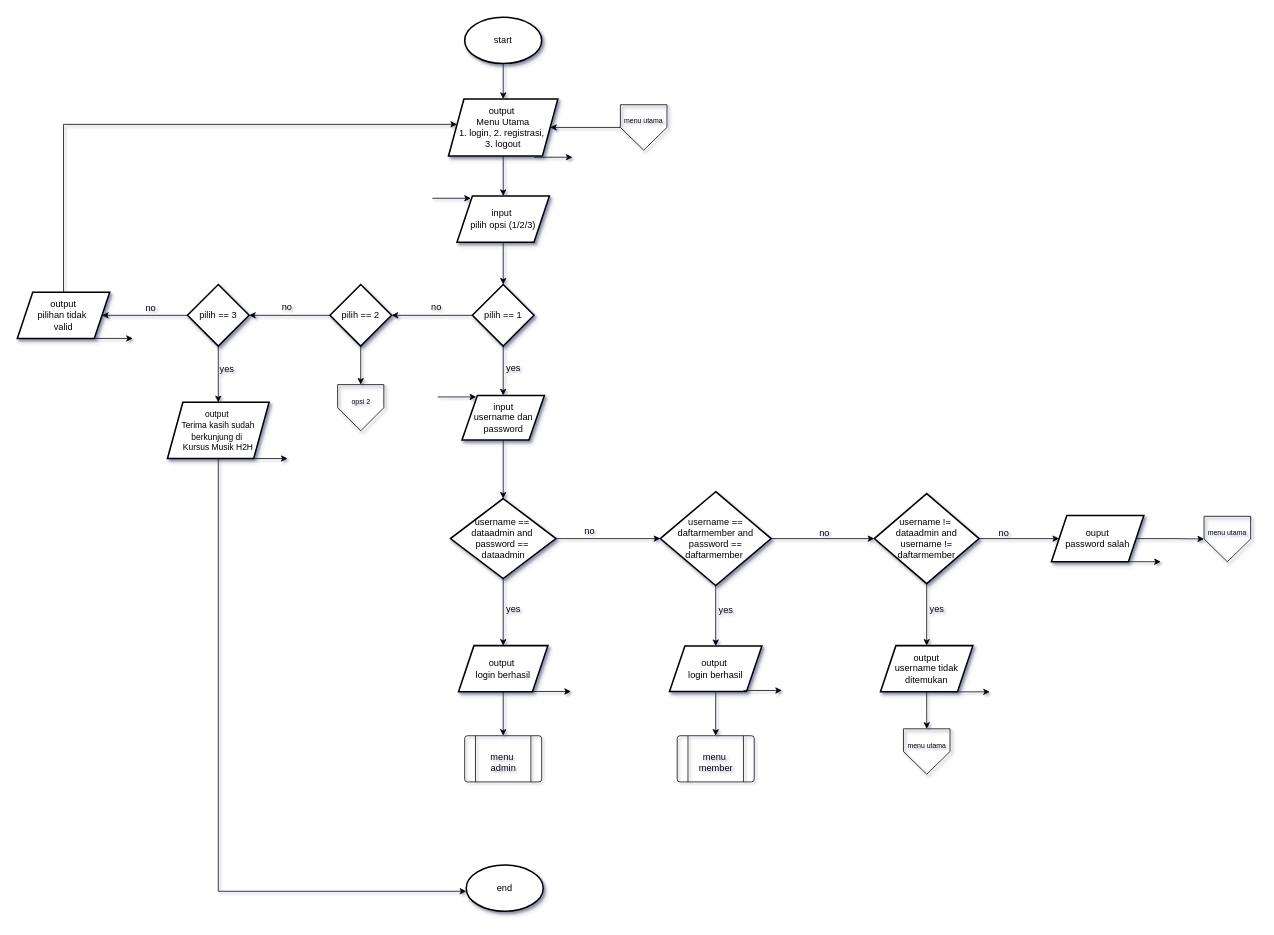
Above: page "menu utama" (1 of 5) of Post-test/Post-test-apd-8/2509106078-Annisa-Nur-Raidah-PT-8.drawio in AnnisaNurRaidah/praktikum-apd (draw.io), before the change. Source tidied: cells renumbered, new cells numbered last; positions are measured from the earlier drawing's top-left corner, leaving out a move shared by most shapes. Both pictures are drawn from the tidied source at 77%, with x=0, y=0 at pixel (17, 17).
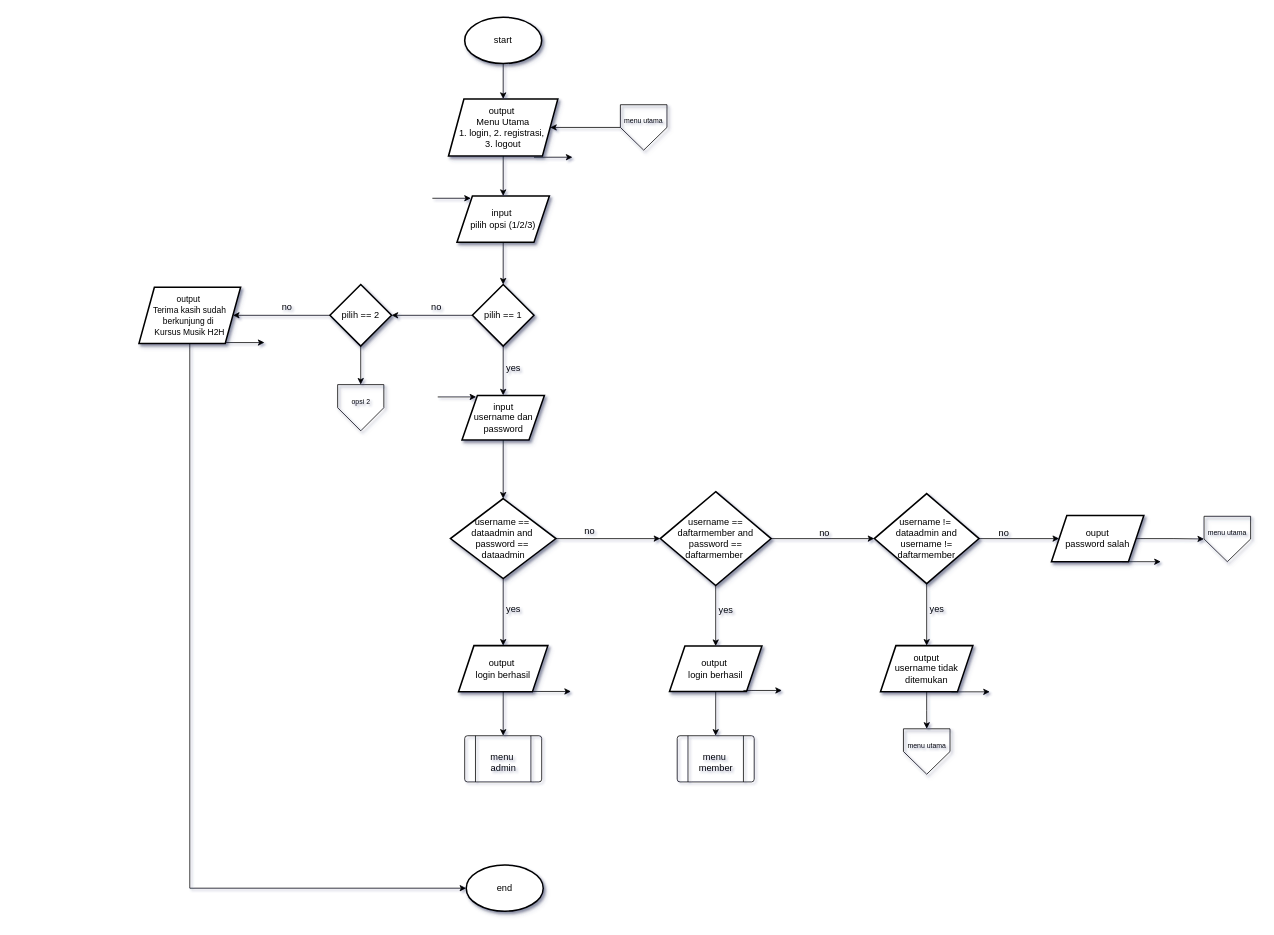
Above is the later version.

Unchanged cells that the change refers to:
```xml
<mxCell id="10" value="&lt;font style=&quot;color: light-dark(rgb(0, 0, 0), rgb(0, 0, 0));&quot;&gt;output&amp;nbsp;&lt;/font&gt;&lt;div&gt;Menu Utama&lt;/div&gt;&lt;div&gt;&lt;div style=&quot;color: rgb(255, 255, 255);&quot;&gt;&lt;font style=&quot;color: light-dark(rgb(0, 0, 0), rgb(0, 0, 0));&quot;&gt;1. login, 2. registrasi,&amp;nbsp;&lt;/font&gt;&lt;/div&gt;&lt;div style=&quot;color: rgb(255, 255, 255);&quot;&gt;&lt;font style=&quot;color: light-dark(rgb(0, 0, 0), rgb(0, 0, 0));&quot;&gt;3. logout&lt;/font&gt;&lt;/div&gt;&lt;/div&gt;" style="shape=parallelogram;perimeter=parallelogramPerimeter;whiteSpace=wrap;html=1;fixedSize=1;fillColor=light-dark(#FFFFFF,#FFFFFF);strokeColor=light-dark(#000000,#000000);fontColor=light-dark(#000000,#000000);strokeWidth=2;shadow=1;" parent="1" vertex="1">
  <mxGeometry x="560" y="106" width="142" height="74" as="geometry" />
</mxCell>
<mxCell id="25" value="end" style="strokeWidth=2;html=1;shape=mxgraph.flowchart.start_1;whiteSpace=wrap;shadow=1;strokeColor=light-dark(#000000,#000000);align=center;verticalAlign=middle;fontFamily=Helvetica;fontSize=12;fontColor=light-dark(#000000,#000000);labelBackgroundColor=none;fillColor=light-dark(#FFFFFF,#FFFFFF);" parent="1" vertex="1">
  <mxGeometry x="583" y="1101" width="100" height="60" as="geometry" />
</mxCell>
<mxCell id="59" value="pilih == 2" style="rhombus;whiteSpace=wrap;html=1;fillColor=light-dark(#FFFFFF,#FFFFFF);strokeColor=light-dark(#000000,#000000);fontColor=light-dark(#000000,#000000);strokeWidth=2;shadow=1;" parent="1" vertex="1">
  <mxGeometry x="406" y="347" width="80" height="80" as="geometry" />
</mxCell>
```

Change to the diagram source:
```diff
@@
-    <mxCell id="16" style="edgeStyle=orthogonalEdgeStyle;shape=connector;rounded=0;jettySize=auto;html=1;strokeColor=light-dark(#000000,#000000);align=center;verticalAlign=middle;fontFamily=Helvetica;fontSize=12;fontColor=light-dark(#000000,#000000);labelBackgroundColor=default;endArrow=classic;" parent="1" edge="1" source="18" target="20">
-      <mxGeometry relative="1" as="geometry" />
-    </mxCell>
-    <mxCell id="17" style="edgeStyle=orthogonalEdgeStyle;shape=connector;rounded=0;jettySize=auto;html=1;strokeColor=light-dark(#000000,#000000);align=center;verticalAlign=middle;fontFamily=Helvetica;fontSize=12;fontColor=light-dark(#000000,#000000);labelBackgroundColor=default;endArrow=classic;" parent="1" edge="1" source="18" target="22">
-      <mxGeometry relative="1" as="geometry" />
-    </mxCell>
-    <mxCell id="18" value="pilih == 3" style="rhombus;whiteSpace=wrap;html=1;fillColor=light-dark(#FFFFFF,#FFFFFF);strokeColor=light-dark(#000000,#000000);fontColor=light-dark(#000000,#000000);strokeWidth=2;shadow=1;" parent="1" vertex="1">
-      <mxGeometry x="221" y="347" width="80" height="80" as="geometry" />
-    </mxCell>
-    <mxCell id="19" style="edgeStyle=orthogonalEdgeStyle;shape=connector;rounded=0;jettySize=auto;html=1;exitX=0.5;exitY=0;exitDx=0;exitDy=0;strokeColor=light-dark(#000000,#000000);align=center;verticalAlign=middle;fontFamily=Helvetica;fontSize=12;fontColor=light-dark(#000000,#000000);labelBackgroundColor=none;endArrow=classic;" parent="1" edge="1" source="20" target="10">
-      <mxGeometry relative="1" as="geometry">
-        <Array as="points">
-          <mxPoint x="60" y="139" />
-        </Array>
-      </mxGeometry>
-    </mxCell>
-    <mxCell id="20" value="output&lt;div&gt;pilihan tidak&amp;nbsp;&lt;/div&gt;&lt;div&gt;valid&lt;/div&gt;" style="shape=parallelogram;perimeter=parallelogramPerimeter;whiteSpace=wrap;html=1;fixedSize=1;fillColor=light-dark(#FFFFFF,#FFFFFF);strokeColor=light-dark(#000000,#000000);fontColor=light-dark(#000000,#000000);strokeWidth=2;shadow=1;" parent="1" vertex="1">
-      <mxGeometry y="357" width="120" height="60" as="geometry" />
-    </mxCell>
-    <mxCell id="21" style="edgeStyle=orthogonalEdgeStyle;shape=connector;rounded=0;jettySize=auto;html=1;exitX=0.5;exitY=1;exitDx=0;exitDy=0;strokeColor=light-dark(#000000,#000000);align=center;verticalAlign=middle;fontFamily=Helvetica;fontSize=12;fontColor=light-dark(#000000,#000000);labelBackgroundColor=none;endArrow=classic;" parent="1" edge="1" source="22" target="25">
+    <mxCell id="21" style="edgeStyle=orthogonalEdgeStyle;rounded=0;jettySize=auto;html=1;exitX=0.5;exitY=1;exitDx=0;exitDy=0;strokeColor=light-dark(#000000,#000000);" parent="1" edge="1" source="22" target="25">
       <mxGeometry relative="1" as="geometry">
         <Array as="points">
-          <mxPoint x="261" y="1135" />
+          <mxPoint x="224" y="1131" />
         </Array>
       </mxGeometry>
     </mxCell>
     <mxCell id="22" value="&lt;span style=&quot;font-size: 11px;&quot;&gt;output&amp;nbsp;&lt;/span&gt;&lt;div&gt;&lt;span style=&quot;font-size: 11px;&quot;&gt;Terima kasih sudah berkunjung di&amp;nbsp;&lt;/span&gt;&lt;/div&gt;&lt;div&gt;&lt;span style=&quot;font-size: 11px;&quot;&gt;Kursus Musik H2H&lt;/span&gt;&lt;/div&gt;" style="shape=parallelogram;perimeter=parallelogramPerimeter;whiteSpace=wrap;html=1;fixedSize=1;fillColor=light-dark(#FFFFFF,#FFFFFF);strokeColor=light-dark(#000000,#000000);fontColor=light-dark(#000000,#000000);strokeWidth=2;shadow=1;" parent="1" vertex="1">
-      <mxGeometry x="195" y="500" width="132" height="73" as="geometry" />
+      <mxGeometry x="158" y="350.5" width="132" height="73" as="geometry" />
     </mxCell>
     <mxCell id="23" style="edgeStyle=orthogonalEdgeStyle;rounded=0;orthogonalLoop=1;jettySize=auto;html=1;fontFamily=Helvetica;fontSize=12;fontColor=default;strokeColor=light-dark(#000000,#000000);" parent="1" edge="1">
       <mxGeometry relative="1" as="geometry">
-        <mxPoint x="301" y="573" as="sourcePoint" />
-        <mxPoint x="351" y="573" as="targetPoint" />
+        <mxPoint x="271" y="422.4" as="sourcePoint" />
+        <mxPoint x="321" y="422.4" as="targetPoint" />
         <Array as="points">
-          <mxPoint x="351" y="572.7" />
+          <mxPoint x="321" y="422.1" />
         </Array>
       </mxGeometry>
     </mxCell>
-    <mxCell id="24" style="edgeStyle=orthogonalEdgeStyle;rounded=0;orthogonalLoop=1;jettySize=auto;html=1;fontFamily=Helvetica;fontSize=12;fontColor=default;strokeColor=light-dark(#000000,#000000);" parent="1" edge="1">
-      <mxGeometry relative="1" as="geometry">
-        <mxPoint x="100" y="417" as="sourcePoint" />
-        <mxPoint x="150" y="417" as="targetPoint" />
-        <Array as="points">
-          <mxPoint x="150" y="416.7" />
-        </Array>
-      </mxGeometry>
-    </mxCell>
@@
-    <mxCell id="40" style="edgeStyle=orthogonalEdgeStyle;shape=connector;rounded=0;jettySize=auto;html=1;strokeColor=light-dark(#000000,#000000);align=center;verticalAlign=middle;fontFamily=Helvetica;fontSize=12;fontColor=light-dark(#000000,#000000);labelBackgroundColor=none;endArrow=classic;" parent="1" edge="1" source="59" target="18">
+    <mxCell id="40" style="edgeStyle=orthogonalEdgeStyle;shape=connector;rounded=0;jettySize=auto;html=1;strokeColor=light-dark(#000000,#000000);align=center;verticalAlign=middle;fontFamily=Helvetica;fontSize=12;fontColor=light-dark(#000000,#000000);labelBackgroundColor=none;endArrow=classic;" parent="1" edge="1" source="59" target="22">
       <mxGeometry relative="1" as="geometry" />
     </mxCell>
@@
-    <mxCell id="49" value="no" style="edgeLabel;align=center;verticalAlign=middle;strokeColor=light-dark(#000000,#000000);strokeWidth=2;fontFamily=Helvetica;fontSize=12;fontColor=light-dark(#000000,#000000);fillColor=light-dark(#FFFFFF,#FFFFFF);labelBackgroundColor=none;textShadow=0;" parent="1" vertex="1">
-      <mxGeometry x="173" y="377" as="geometry" />
-    </mxCell>
@@
-    <mxCell id="54" value="yes" style="edgeLabel;align=center;verticalAlign=middle;strokeColor=light-dark(#000000,#000000);strokeWidth=2;fontFamily=Helvetica;fontSize=12;fontColor=light-dark(#000000,#000000);fillColor=light-dark(#FFFFFF,#FFFFFF);labelBackgroundColor=none;textShadow=0;" parent="1" vertex="1">
-      <mxGeometry x="271" y="457" as="geometry">
-        <mxPoint x="1" y="-1" as="offset" />
-      </mxGeometry>
-    </mxCell>
```
